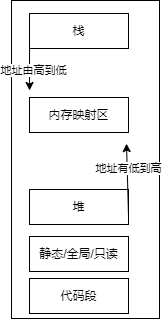
Earlier version of the draw.io export CS/语言/C(++)/存储位置、作用域与生命周期.drawio.png (sirius-zyj/Images). Source tidied: cells renumbered, new cells last; positions are measured from the earlier drawing's top-left corner, leaving out a move shared by most shapes.
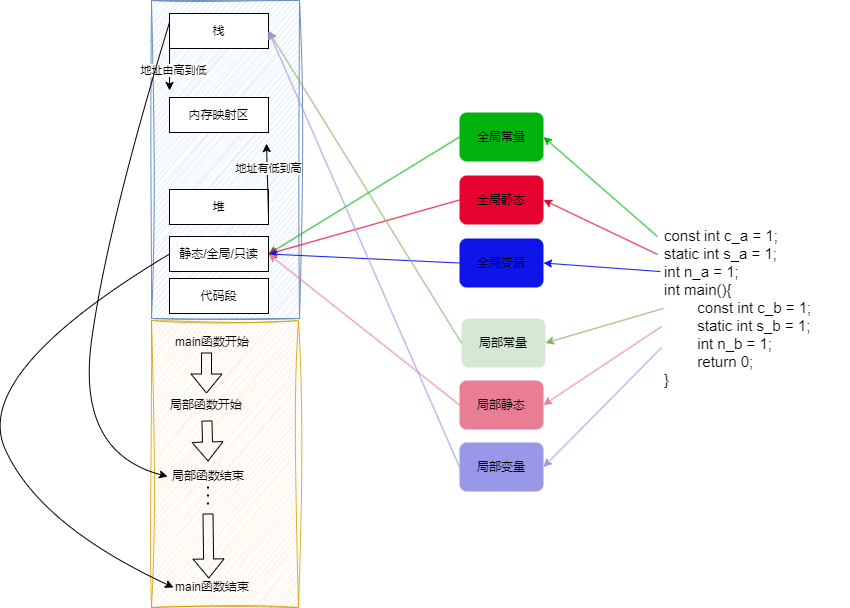
After the change.

Commit message:
更新存储位置、作用域与生命周期.drawio.png

Change to the diagram source:
```diff
@@ -2,7 +2,10 @@
   <root>
     <mxCell id="0" />
     <mxCell id="1" parent="0" />
+    <mxCell id="12" style="rounded=0;whiteSpace=wrap;html=1;fillColor=#ffe6cc;strokeColor=#d79b00;shadow=0;glass=0;sketch=1;curveFitting=1;jiggle=2;opacity=80;" parent="1" vertex="1">
+      <mxGeometry y="320" width="147" height="287" as="geometry" />
+    </mxCell>
-    <mxCell id="2" style="rounded=0;whiteSpace=wrap;html=1;" parent="1" vertex="1">
+    <mxCell id="2" style="rounded=0;whiteSpace=wrap;html=1;fillColor=#dae8fc;strokeColor=#6c8ebf;sketch=1;curveFitting=1;jiggle=2;" parent="1" vertex="1">
       <mxGeometry width="148" height="318" as="geometry" />
     </mxCell>
     <mxCell id="3" value="代码段" style="rounded=0;whiteSpace=wrap;html=1;" parent="1" vertex="1">
@@ -32,5 +35,111 @@
     <mxCell id="11" value="内存映射区" style="rounded=0;whiteSpace=wrap;html=1;" parent="1" vertex="1">
       <mxGeometry x="18" y="97" width="99" height="35" as="geometry" />
     </mxCell>
+    <mxCell id="13" value="&lt;font style=&quot;font-size: 15px;&quot;&gt;const int c_a = 1;&lt;/font&gt;&lt;div style=&quot;font-size: 15px;&quot;&gt;&lt;font style=&quot;font-size: 15px;&quot;&gt;static int s_a = 1;&lt;/font&gt;&lt;/div&gt;&lt;div style=&quot;font-size: 15px;&quot;&gt;&lt;font style=&quot;font-size: 15px;&quot;&gt;int n_a = 1;&lt;br style=&quot;font-size: 15px;&quot;&gt;int main(){&lt;/font&gt;&lt;div style=&quot;font-size: 15px;&quot;&gt;&lt;font style=&quot;font-size: 15px;&quot;&gt;&lt;span style=&quot;white-space: pre; font-size: 15px;&quot;&gt;&#9;&lt;/span&gt;const int c_b = 1;&lt;br style=&quot;font-size: 15px;&quot;&gt;&lt;/font&gt;&lt;/div&gt;&lt;div style=&quot;font-size: 15px;&quot;&gt;&lt;font style=&quot;font-size: 15px;&quot;&gt;&lt;span style=&quot;white-space: pre;&quot;&gt;&#9;&lt;/span&gt;static int s_b = 1;&lt;br&gt;&lt;/font&gt;&lt;/div&gt;&lt;div style=&quot;font-size: 15px;&quot;&gt;&lt;font style=&quot;font-size: 15px;&quot;&gt;&lt;span style=&quot;white-space: pre;&quot;&gt;&#9;&lt;/span&gt;int n_b = 1;&lt;br&gt;&lt;/font&gt;&lt;/div&gt;&lt;div style=&quot;font-size: 15px;&quot;&gt;&lt;font style=&quot;font-size: 15px;&quot;&gt;&lt;span style=&quot;white-space: pre;&quot;&gt;&#9;&lt;/span&gt;return 0;&lt;br&gt;&lt;/font&gt;&lt;/div&gt;&lt;div style=&quot;text-align: justify; font-size: 15px;&quot;&gt;&lt;font style=&quot;font-size: 15px;&quot;&gt;}&lt;/font&gt;&lt;/div&gt;&lt;div style=&quot;text-align: justify; font-size: 15px;&quot;&gt;&lt;font style=&quot;font-size: 15px;&quot;&gt;&lt;br&gt;&lt;/font&gt;&lt;/div&gt;&lt;/div&gt;" style="text;html=1;align=left;verticalAlign=top;whiteSpace=wrap;rounded=0;fontSize=15;" parent="1" vertex="1">
+      <mxGeometry x="511" y="220" width="187" height="229" as="geometry" />
+    </mxCell>
+    <mxCell id="14" value="全局常量" style="rounded=1;whiteSpace=wrap;html=1;fillColor=#02B30E;strokeColor=none;" parent="1" vertex="1">
+      <mxGeometry x="308" y="112" width="84" height="49" as="geometry" />
+    </mxCell>
+    <mxCell id="15" value="全局静态" style="rounded=1;whiteSpace=wrap;html=1;fillColor=#E80230;strokeColor=none;" parent="1" vertex="1">
+      <mxGeometry x="308" y="175" width="84" height="49" as="geometry" />
+    </mxCell>
+    <mxCell id="16" value="全局变量" style="rounded=1;whiteSpace=wrap;html=1;fillColor=#0E15E8;strokeColor=none;" parent="1" vertex="1">
+      <mxGeometry x="308" y="238" width="84" height="49" as="geometry" />
+    </mxCell>
+    <mxCell id="17" value="局部常量" style="rounded=1;whiteSpace=wrap;html=1;fillColor=#d5e8d4;strokeColor=none;" parent="1" vertex="1">
+      <mxGeometry x="310" y="318" width="84" height="49" as="geometry" />
+    </mxCell>
+    <mxCell id="18" value="局部静态" style="rounded=1;whiteSpace=wrap;html=1;fillColor=#E87D93;strokeColor=none;" parent="1" vertex="1">
+      <mxGeometry x="308" y="380" width="84" height="49" as="geometry" />
+    </mxCell>
+    <mxCell id="19" value="局部变量" style="rounded=1;whiteSpace=wrap;html=1;fillColor=#9A97E8;strokeColor=none;" parent="1" vertex="1">
+      <mxGeometry x="308" y="442" width="84" height="49" as="geometry" />
+    </mxCell>
+    <mxCell id="20" style="endArrow=classic;html=1;rounded=0;exitX=-0.027;exitY=0.07;exitDx=0;exitDy=0;exitPerimeter=0;entryX=1;entryY=0.5;entryDx=0;entryDy=0;strokeColor=#02B30E;align=center;verticalAlign=middle;fontFamily=Helvetica;fontSize=11;fontColor=default;labelBackgroundColor=default;" parent="1" edge="1" source="13" target="14">
+      <mxGeometry relative="1" as="geometry" />
+    </mxCell>
+    <mxCell id="21" style="endArrow=classic;html=1;rounded=0;exitX=-0.027;exitY=0.148;exitDx=0;exitDy=0;exitPerimeter=0;entryX=1;entryY=0.5;entryDx=0;entryDy=0;strokeColor=#E80230;align=center;verticalAlign=middle;fontFamily=Helvetica;fontSize=11;fontColor=default;labelBackgroundColor=default;" parent="1" edge="1" source="13" target="15">
+      <mxGeometry relative="1" as="geometry" />
+    </mxCell>
+    <mxCell id="22" style="endArrow=classic;html=1;rounded=0;exitX=0;exitY=0.5;exitDx=0;exitDy=0;entryX=1;entryY=0.5;entryDx=0;entryDy=0;strokeColor=#02B30E;" parent="1" edge="1" source="14" target="4">
+      <mxGeometry relative="1" as="geometry" />
+    </mxCell>
+    <mxCell id="23" style="endArrow=classic;html=1;rounded=0;exitX=0;exitY=0.5;exitDx=0;exitDy=0;entryX=1;entryY=0.5;entryDx=0;entryDy=0;strokeColor=#E80230;" parent="1" edge="1" source="15" target="4">
+      <mxGeometry relative="1" as="geometry" />
+    </mxCell>
+    <mxCell id="24" style="endArrow=classic;html=1;rounded=0;exitX=0;exitY=0.5;exitDx=0;exitDy=0;entryX=1;entryY=0.5;entryDx=0;entryDy=0;strokeColor=#0E15E8;" parent="1" edge="1" source="16" target="4">
+      <mxGeometry relative="1" as="geometry" />
+    </mxCell>
+    <mxCell id="25" style="endArrow=classic;html=1;rounded=0;exitX=0;exitY=0.5;exitDx=0;exitDy=0;entryX=1;entryY=0.5;entryDx=0;entryDy=0;fillColor=#d5e8d4;strokeColor=#82b366;" parent="1" edge="1" source="17" target="8">
+      <mxGeometry relative="1" as="geometry" />
+    </mxCell>
+    <mxCell id="26" style="endArrow=classic;html=1;rounded=0;exitX=0;exitY=0.5;exitDx=0;exitDy=0;entryX=1;entryY=0.5;entryDx=0;entryDy=0;strokeColor=#E87D93;" parent="1" edge="1" source="18" target="4">
+      <mxGeometry relative="1" as="geometry" />
+    </mxCell>
+    <mxCell id="27" style="endArrow=classic;html=1;rounded=0;exitX=0;exitY=0.5;exitDx=0;exitDy=0;entryX=1;entryY=0.5;entryDx=0;entryDy=0;strokeColor=#9A97E8;" parent="1" edge="1" source="19" target="8">
+      <mxGeometry relative="1" as="geometry" />
+    </mxCell>
+    <mxCell id="28" style="endArrow=classic;html=1;rounded=0;exitX=-0.011;exitY=0.223;exitDx=0;exitDy=0;entryX=1;entryY=0.5;entryDx=0;entryDy=0;strokeColor=#0E15E8;exitPerimeter=0;" parent="1" edge="1" source="13" target="16">
+      <mxGeometry relative="1" as="geometry" />
+    </mxCell>
+    <mxCell id="29" style="endArrow=classic;html=1;rounded=0;exitX=0.005;exitY=0.384;exitDx=0;exitDy=0;entryX=1;entryY=0.5;entryDx=0;entryDy=0;fillColor=#d5e8d4;strokeColor=#82b366;exitPerimeter=0;" parent="1" edge="1" source="13" target="17">
+      <mxGeometry relative="1" as="geometry" />
+    </mxCell>
+    <mxCell id="30" style="endArrow=classic;html=1;rounded=0;exitX=-0.005;exitY=0.463;exitDx=0;exitDy=0;entryX=1;entryY=0.5;entryDx=0;entryDy=0;strokeColor=#E87D93;exitPerimeter=0;" parent="1" edge="1" source="13" target="18">
+      <mxGeometry relative="1" as="geometry" />
+    </mxCell>
+    <mxCell id="31" style="endArrow=classic;html=1;rounded=0;exitX=-0.005;exitY=0.555;exitDx=0;exitDy=0;entryX=1;entryY=0.5;entryDx=0;entryDy=0;strokeColor=#9A97E8;exitPerimeter=0;" parent="1" edge="1" source="13" target="19">
+      <mxGeometry relative="1" as="geometry" />
+    </mxCell>
+    <mxCell id="32" style="shape=flexArrow;endArrow=classic;html=1;rounded=0;" parent="1" edge="1">
+      <mxGeometry relative="1" as="geometry">
+        <mxPoint x="56.5" y="513" as="sourcePoint" />
+        <mxPoint x="57.3" y="578" as="targetPoint" />
+      </mxGeometry>
+    </mxCell>
+    <mxCell id="33" value="main函数开始" style="text;html=1;align=center;verticalAlign=middle;whiteSpace=wrap;rounded=0;" parent="1" vertex="1">
+      <mxGeometry x="20" y="327" width="82" height="30" as="geometry" />
+    </mxCell>
+    <mxCell id="34" value="main函数结束" style="text;html=1;align=center;verticalAlign=middle;whiteSpace=wrap;rounded=0;" parent="1" vertex="1">
+      <mxGeometry x="22" y="572" width="78" height="30" as="geometry" />
+    </mxCell>
+    <mxCell id="35" style="shape=flexArrow;endArrow=classic;html=1;rounded=0;" parent="1" edge="1">
+      <mxGeometry relative="1" as="geometry">
+        <mxPoint x="55" y="352" as="sourcePoint" />
+        <mxPoint x="55" y="393" as="targetPoint" />
+      </mxGeometry>
+    </mxCell>
+    <mxCell id="36" value="局部函数开始" style="text;html=1;align=center;verticalAlign=middle;whiteSpace=wrap;rounded=0;" parent="1" vertex="1">
+      <mxGeometry x="14" y="390" width="82" height="30" as="geometry" />
+    </mxCell>
+    <mxCell id="37" style="shape=flexArrow;endArrow=classic;html=1;rounded=0;" parent="1" edge="1" source="36" target="38">
+      <mxGeometry relative="1" as="geometry" />
+    </mxCell>
+    <mxCell id="38" value="局部函数结束" style="text;html=1;align=center;verticalAlign=middle;whiteSpace=wrap;rounded=0;" parent="1" vertex="1">
+      <mxGeometry x="16" y="461" width="82" height="30" as="geometry" />
+    </mxCell>
+    <mxCell id="39" style="endArrow=none;dashed=1;html=1;dashPattern=1 3;strokeWidth=2;rounded=0;" parent="1" edge="1">
+      <mxGeometry relative="1" as="geometry">
+        <mxPoint x="56.5" y="504" as="sourcePoint" />
+        <mxPoint x="56.5" y="483" as="targetPoint" />
+      </mxGeometry>
+    </mxCell>
+    <mxCell id="40" style="curved=1;endArrow=classic;html=1;rounded=0;exitX=0;exitY=0.5;exitDx=0;exitDy=0;entryX=0;entryY=0.5;entryDx=0;entryDy=0;" parent="1" edge="1" source="4" target="34">
+      <mxGeometry relative="1" as="geometry">
+        <Array as="points">
+          <mxPoint x="-180" y="372.5" />
+          <mxPoint x="-113" y="524" />
+        </Array>
+      </mxGeometry>
+    </mxCell>
+    <mxCell id="41" style="curved=1;endArrow=classic;html=1;rounded=0;exitX=0;exitY=0.25;exitDx=0;exitDy=0;entryX=0;entryY=0.5;entryDx=0;entryDy=0;" parent="1" edge="1" source="8" target="38">
+      <mxGeometry relative="1" as="geometry">
+        <Array as="points">
+          <mxPoint x="-45" y="229" />
+          <mxPoint x="-75" y="452" />
+        </Array>
+      </mxGeometry>
+    </mxCell>
   </root>
 </mxGraphModel>
```
